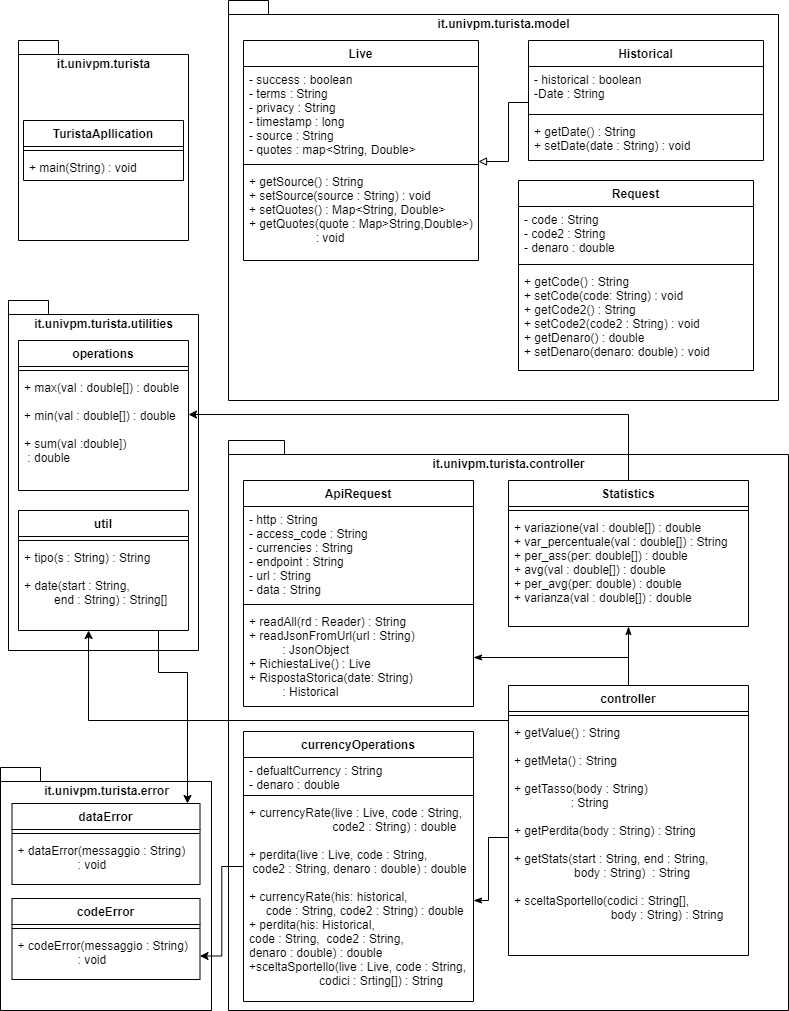
The draw.io diagram Uml-Turista/Class Diagramm-Turista.png in MichaelBagnarelli/Progetto-programmazione-ad-oggetti, before a commit. Source tidied: cells renumbered, new cells last; positions are measured from the earlier drawing's top-left corner, leaving out a move shared by most shapes.
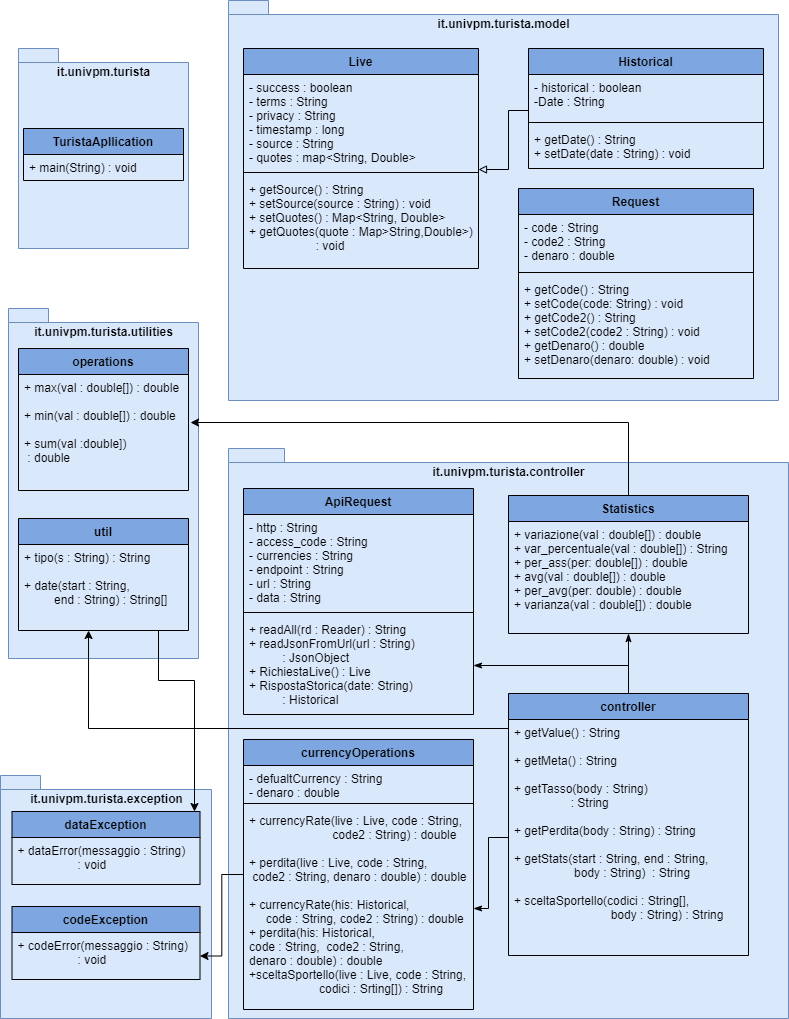
The same diagram one commit later.

The edit, as a diff of the source:
```diff
@@ -2,31 +2,28 @@
   <root>
     <mxCell id="0" />
     <mxCell id="1" parent="0" />
-    <mxCell id="2" value="it.univpm.turista.error" style="shape=folder;fontStyle=1;spacingTop=10;tabWidth=40;tabHeight=14;tabPosition=left;html=1;verticalAlign=top;" parent="1" vertex="1">
+    <mxCell id="2" value="it.univpm.turista.exception" style="shape=folder;fontStyle=1;spacingTop=10;tabWidth=40;tabHeight=14;tabPosition=left;html=1;verticalAlign=top;fillColor=#dae8fc;strokeColor=#6c8ebf;" parent="1" vertex="1">
       <mxGeometry y="767" width="211" height="243" as="geometry" />
     </mxCell>
-    <mxCell id="3" value="it.univpm.turista.utilities" style="shape=folder;fontStyle=1;spacingTop=10;tabWidth=40;tabHeight=14;tabPosition=left;html=1;verticalAlign=top;" parent="1" vertex="1">
+    <mxCell id="3" value="it.univpm.turista.utilities" style="shape=folder;fontStyle=1;spacingTop=10;tabWidth=40;tabHeight=14;tabPosition=left;html=1;verticalAlign=top;fillColor=#dae8fc;strokeColor=#6c8ebf;" parent="1" vertex="1">
       <mxGeometry x="8" y="300" width="190" height="350" as="geometry" />
     </mxCell>
-    <mxCell id="4" value="it.univpm.turista" style="shape=folder;fontStyle=1;spacingTop=10;tabWidth=40;tabHeight=14;tabPosition=left;html=1;verticalAlign=top;" parent="1" vertex="1">
+    <mxCell id="4" value="it.univpm.turista" style="shape=folder;fontStyle=1;spacingTop=10;tabWidth=40;tabHeight=14;tabPosition=left;html=1;verticalAlign=top;fillColor=#dae8fc;strokeColor=#6c8ebf;" parent="1" vertex="1">
       <mxGeometry x="18" y="40" width="170" height="200" as="geometry" />
     </mxCell>
-    <mxCell id="5" value="TuristaApllication" style="swimlane;fontStyle=1;align=center;verticalAlign=top;horizontal=1;startSize=26;" parent="1" vertex="1">
-      <mxGeometry x="23" y="120" width="160" height="60" as="geometry" />
+    <mxCell id="5" value="TuristaApllication" style="swimlane;fontStyle=1;align=center;verticalAlign=top;horizontal=1;startSize=26;fillColor=#7EA6E0;" parent="1" vertex="1">
+      <mxGeometry x="23" y="120" width="160" height="52" as="geometry" />
     </mxCell>
-    <mxCell id="6" style="line;strokeWidth=1;fillColor=none;align=left;verticalAlign=middle;spacingTop=-1;spacingLeft=3;spacingRight=3;labelPosition=right;" parent="5" vertex="1">
-      <mxGeometry y="26" width="160" height="8" as="geometry" />
-    </mxCell>
-    <mxCell id="7" value="+ main(String) : void" style="text;strokeColor=none;fillColor=none;align=left;verticalAlign=top;spacingLeft=4;spacingRight=4;overflow=hidden;" parent="5" vertex="1">
-      <mxGeometry y="34" width="160" height="26" as="geometry" />
+    <mxCell id="7" value="+ main(String) : void" style="text;align=left;verticalAlign=top;spacingLeft=4;spacingRight=4;overflow=hidden;" parent="5" vertex="1">
+      <mxGeometry y="26" width="160" height="26" as="geometry" />
     </mxCell>
-    <mxCell id="8" value="it.univpm.turista.model" style="shape=folder;fontStyle=1;spacingTop=10;tabWidth=40;tabHeight=14;tabPosition=left;html=1;verticalAlign=top;" parent="1" vertex="1">
-      <mxGeometry x="228" width="550" height="400" as="geometry" />
+    <mxCell id="8" value="it.univpm.turista.model" style="shape=folder;fontStyle=1;spacingTop=10;tabWidth=40;tabHeight=14;tabPosition=left;html=1;verticalAlign=top;fillColor=#dae8fc;strokeColor=#6c8ebf;" parent="1" vertex="1">
+      <mxGeometry x="228" y="-8" width="550" height="400" as="geometry" />
     </mxCell>
-    <mxCell id="9" value="Live" style="swimlane;fontStyle=1;align=center;verticalAlign=top;horizontal=1;startSize=26;" parent="1" vertex="1">
+    <mxCell id="9" value="Live" style="swimlane;fontStyle=1;align=center;verticalAlign=top;horizontal=1;startSize=26;fillColor=#7EA6E0;" parent="1" vertex="1">
       <mxGeometry x="243" y="40" width="235" height="220" as="geometry" />
     </mxCell>
-    <mxCell id="10" value="- success : boolean&#10;- terms : String&#10;- privacy : String&#10;- timestamp : long&#10;- source : String&#10;- quotes : map&lt;String, Double&gt;" style="text;strokeColor=none;fillColor=none;align=left;verticalAlign=top;spacingLeft=4;spacingRight=4;overflow=hidden;" parent="9" vertex="1">
+    <mxCell id="10" value="- success : boolean&#10;- terms : String&#10;- privacy : String&#10;- timestamp : long&#10;- source : String&#10;- quotes : map&lt;String, Double&gt;" style="text;strokeColor=none;align=left;verticalAlign=top;spacingLeft=4;spacingRight=4;overflow=hidden;" parent="9" vertex="1">
       <mxGeometry y="26" width="235" height="94" as="geometry" />
     </mxCell>
     <mxCell id="11" style="line;strokeWidth=1;fillColor=none;align=left;verticalAlign=middle;spacingTop=-1;spacingLeft=3;spacingRight=3;labelPosition=right;" parent="9" vertex="1">
@@ -44,7 +41,7 @@
         </Array>
       </mxGeometry>
     </mxCell>
-    <mxCell id="14" value="Historical" style="swimlane;fontStyle=1;align=center;verticalAlign=top;horizontal=1;startSize=26;" parent="1" vertex="1">
+    <mxCell id="14" value="Historical" style="swimlane;fontStyle=1;align=center;verticalAlign=top;horizontal=1;startSize=26;fillColor=#7EA6E0;" parent="1" vertex="1">
       <mxGeometry x="528" y="40" width="235" height="120" as="geometry" />
     </mxCell>
     <mxCell id="15" value="- historical : boolean&#10;-Date : String" style="text;strokeColor=none;fillColor=none;align=left;verticalAlign=top;spacingLeft=4;spacingRight=4;overflow=hidden;points=[[0,0.5],[1,0.5]];portConstraint=eastwest;" parent="14" vertex="1">
@@ -56,13 +53,13 @@
     <mxCell id="17" value="+ getDate() : String&#10;+ setDate(date : String) : void" style="text;strokeColor=none;fillColor=none;align=left;verticalAlign=top;spacingLeft=4;spacingRight=4;overflow=hidden;" parent="14" vertex="1">
       <mxGeometry y="78" width="235" height="42" as="geometry" />
     </mxCell>
-    <mxCell id="18" value="it.univpm.turista.controller" style="shape=folder;fontStyle=1;spacingTop=10;tabWidth=40;tabHeight=14;tabPosition=left;html=1;verticalAlign=top;" parent="1" vertex="1">
+    <mxCell id="18" value="it.univpm.turista.controller" style="shape=folder;fontStyle=1;spacingTop=10;tabWidth=40;tabHeight=14;tabPosition=left;html=1;verticalAlign=top;fillColor=#dae8fc;strokeColor=#6c8ebf;" parent="1" vertex="1">
       <mxGeometry x="228" y="440" width="560" height="570" as="geometry" />
     </mxCell>
     <mxCell id="19" style="edgeStyle=orthogonalEdgeStyle;rounded=0;jettySize=auto;html=1;entryX=1;entryY=0.5;entryDx=0;entryDy=0;" parent="1" edge="1" source="20" target="55">
       <mxGeometry relative="1" as="geometry" />
     </mxCell>
-    <mxCell id="20" value="currencyOperations" style="swimlane;fontStyle=1;align=center;verticalAlign=top;horizontal=1;startSize=26;" parent="1" vertex="1">
+    <mxCell id="20" value="currencyOperations" style="swimlane;fontStyle=1;align=center;verticalAlign=top;horizontal=1;startSize=26;fillColor=#7EA6E0;" parent="1" vertex="1">
       <mxGeometry x="243" y="731" width="230" height="270" as="geometry" />
     </mxCell>
     <mxCell id="21" value="- defualtCurrency : String&#10;- denaro : double" style="text;strokeColor=none;fillColor=none;align=left;verticalAlign=top;spacingLeft=4;spacingRight=4;overflow=hidden;" parent="20" vertex="1">
@@ -71,10 +68,10 @@
     <mxCell id="22" style="line;strokeWidth=1;fillColor=none;align=left;verticalAlign=middle;spacingTop=-1;spacingLeft=3;spacingRight=3;labelPosition=right;" parent="20" vertex="1">
       <mxGeometry y="60" width="230" height="8" as="geometry" />
     </mxCell>
-    <mxCell id="23" value="+ currencyRate(live : Live, code : String, &#10;                         code2 : String) : double&#10;&#10;+ perdita(live : Live, code : String,  &#10; code2 : String, denaro : double) : double&#10;&#10;+ currencyRate(his: historical, &#10;     code : String, code2 : String) : double&#10;+ perdita(his: Historical, &#10;code : String,  code2 : String, &#10;denaro : double) : double&#10;+sceltaSportello(live : Live, code : String, &#10;                     codici : Srting[]) : String&#10;" style="text;strokeColor=none;fillColor=none;align=left;verticalAlign=top;spacingLeft=4;spacingRight=4;overflow=hidden;points=[[0,0.5],[1,0.5]];portConstraint=eastwest;" parent="20" vertex="1">
+    <mxCell id="23" value="+ currencyRate(live : Live, code : String, &#10;                         code2 : String) : double&#10;&#10;+ perdita(live : Live, code : String,  &#10; code2 : String, denaro : double) : double&#10;&#10;+ currencyRate(his: Historical, &#10;     code : String, code2 : String) : double&#10;+ perdita(his: Historical, &#10;code : String,  code2 : String, &#10;denaro : double) : double&#10;+sceltaSportello(live : Live, code : String, &#10;                     codici : Srting[]) : String&#10;" style="text;strokeColor=none;fillColor=none;align=left;verticalAlign=top;spacingLeft=4;spacingRight=4;overflow=hidden;points=[[0,0.5],[1,0.5]];portConstraint=eastwest;" parent="20" vertex="1">
       <mxGeometry y="68" width="230" height="202" as="geometry" />
     </mxCell>
-    <mxCell id="24" value="ApiRequest" style="swimlane;fontStyle=1;align=center;verticalAlign=top;horizontal=1;startSize=26;" parent="1" vertex="1">
+    <mxCell id="24" value="ApiRequest" style="swimlane;fontStyle=1;align=center;verticalAlign=top;horizontal=1;startSize=26;fillColor=#7EA6E0;" parent="1" vertex="1">
       <mxGeometry x="243" y="480" width="230" height="226" as="geometry" />
     </mxCell>
     <mxCell id="25" value="- http : String&#10;- access_code : String&#10;- currencies : String&#10;- endpoint : String&#10;- url : String&#10;- data : String" style="text;strokeColor=none;fillColor=none;align=left;verticalAlign=top;spacingLeft=4;spacingRight=4;overflow=hidden;" parent="24" vertex="1">
@@ -86,30 +83,20 @@
     <mxCell id="27" value="+ readAll(rd : Reader) : String&#10;+ readJsonFromUrl(url : String) &#10;          : JsonObject&#10;+ RichiestaLive() : Live&#10;+ RispostaStorica(date: String)&#10;          : Historical" style="text;strokeColor=none;fillColor=none;align=left;verticalAlign=top;spacingLeft=4;spacingRight=4;overflow=hidden;points=[[0,0.5],[1,0.5]];portConstraint=eastwest;" parent="24" vertex="1">
       <mxGeometry y="128" width="230" height="98" as="geometry" />
     </mxCell>
-    <mxCell id="28" style="edgeStyle=orthogonalEdgeStyle;rounded=0;jettySize=auto;html=1;entryX=1;entryY=0.345;entryDx=0;entryDy=0;entryPerimeter=0;" parent="1" edge="1" source="29" target="34">
-      <mxGeometry relative="1" as="geometry">
-        <Array as="points">
-          <mxPoint x="628" y="414" />
-        </Array>
-      </mxGeometry>
+    <mxCell id="28" style="edgeStyle=orthogonalEdgeStyle;rounded=0;jettySize=auto;html=1;entryX=1.012;entryY=0.414;entryDx=0;entryDy=0;entryPerimeter=0;" parent="1" edge="1" source="29" target="34">
+      <mxGeometry relative="1" as="geometry" />
     </mxCell>
-    <mxCell id="29" value="Statistics" style="swimlane;fontStyle=1;align=center;verticalAlign=top;horizontal=1;startSize=26;" parent="1" vertex="1">
-      <mxGeometry x="508" y="480" width="240" height="146" as="geometry" />
+    <mxCell id="29" value="Statistics" style="swimlane;fontStyle=1;align=center;verticalAlign=top;horizontal=1;startSize=26;fillColor=#7EA6E0;" parent="1" vertex="1">
+      <mxGeometry x="508" y="487" width="240" height="138" as="geometry" />
     </mxCell>
-    <mxCell id="30" style="line;strokeWidth=1;fillColor=none;align=left;verticalAlign=middle;spacingTop=-1;spacingLeft=3;spacingRight=3;labelPosition=right;" parent="29" vertex="1">
-      <mxGeometry y="26" width="240" height="8" as="geometry" />
-    </mxCell>
     <mxCell id="31" value="+ variazione(val : double[]) : double&#10;+ var_percentuale(val : double[]) : String&#10;+ per_ass(per: double[]) : double&#10;+ avg(val : double[]) : double&#10;+ per_avg(per: double) : double&#10;+ varianza(val : double[]) : double" style="text;strokeColor=none;fillColor=none;align=left;verticalAlign=top;spacingLeft=4;spacingRight=4;overflow=hidden;points=[[0,0.5],[1,0.5]];portConstraint=eastwest;" parent="29" vertex="1">
-      <mxGeometry y="34" width="240" height="112" as="geometry" />
+      <mxGeometry y="26" width="240" height="112" as="geometry" />
     </mxCell>
-    <mxCell id="32" value="operations" style="swimlane;fontStyle=1;align=center;verticalAlign=top;horizontal=1;startSize=26;" parent="1" vertex="1">
-      <mxGeometry x="18" y="340" width="170" height="150" as="geometry" />
+    <mxCell id="32" value="operations" style="swimlane;fontStyle=1;align=center;verticalAlign=top;horizontal=1;startSize=26;fillColor=#7EA6E0;" parent="1" vertex="1">
+      <mxGeometry x="18" y="340" width="170" height="142" as="geometry" />
     </mxCell>
-    <mxCell id="33" style="line;strokeWidth=1;fillColor=none;align=left;verticalAlign=middle;spacingTop=-1;spacingLeft=3;spacingRight=3;labelPosition=right;" parent="32" vertex="1">
-      <mxGeometry y="26" width="170" height="8" as="geometry" />
-    </mxCell>
     <mxCell id="34" value="+ max(val : double[]) : double&#10;&#10;+ min(val : double[]) : double&#10;&#10;+ sum(val :double])&#10; : double&#10;" style="text;strokeColor=none;fillColor=none;align=left;verticalAlign=top;spacingLeft=4;spacingRight=4;overflow=hidden;points=[[0,0.5],[1,0.5]];portConstraint=eastwest;" parent="32" vertex="1">
-      <mxGeometry y="34" width="170" height="116" as="geometry" />
+      <mxGeometry y="26" width="170" height="116" as="geometry" />
     </mxCell>
     <mxCell id="35" style="edgeStyle=orthogonalEdgeStyle;rounded=0;jettySize=auto;html=1;endArrow=classicThin;endFill=1;" parent="1" edge="1" source="37" target="31">
       <mxGeometry relative="1" as="geometry">
@@ -122,19 +109,19 @@
     <mxCell id="36" style="edgeStyle=orthogonalEdgeStyle;rounded=0;jettySize=auto;html=1;exitX=0.5;exitY=0;exitDx=0;exitDy=0;entryX=1;entryY=0.5;entryDx=0;entryDy=0;endArrow=classicThin;endFill=1;" parent="1" edge="1" source="37" target="27">
       <mxGeometry relative="1" as="geometry" />
     </mxCell>
-    <mxCell id="37" value="controller" style="swimlane;fontStyle=1;align=center;verticalAlign=top;horizontal=1;startSize=26;" parent="1" vertex="1">
-      <mxGeometry x="508" y="685" width="240" height="270" as="geometry" />
+    <mxCell id="37" value="controller" style="swimlane;fontStyle=1;align=center;verticalAlign=top;horizontal=1;startSize=26;fillColor=#7EA6E0;" parent="1" vertex="1">
+      <mxGeometry x="508" y="685" width="240" height="262" as="geometry" />
     </mxCell>
     <mxCell id="38" style="line;strokeWidth=1;fillColor=none;align=left;verticalAlign=middle;spacingTop=-1;spacingLeft=3;spacingRight=3;labelPosition=right;" parent="37" vertex="1">
-      <mxGeometry y="26" width="240" height="8" as="geometry" />
+      <mxGeometry y="26" width="240" as="geometry" />
     </mxCell>
     <mxCell id="39" value="+ getValue() : String&#10;&#10;+ getMeta() : String&#10;&#10;+ getTasso(body : String) &#10;                 : String&#10;&#10;+ getPerdita(body : String) : String&#10;&#10;+ getStats(start : String, end : String,&#10;                  body : String)  : String&#10;&#10;+ sceltaSportello(codici : String[], &#10;                             body : String) : String &#10;                 " style="text;strokeColor=none;fillColor=none;align=left;verticalAlign=top;spacingLeft=4;spacingRight=4;overflow=hidden;points=[[0,0.5],[1,0.5]];portConstraint=eastwest;" parent="37" vertex="1">
-      <mxGeometry y="34" width="240" height="236" as="geometry" />
+      <mxGeometry y="26" width="240" height="236" as="geometry" />
     </mxCell>
     <mxCell id="40" style="edgeStyle=orthogonalEdgeStyle;rounded=0;jettySize=auto;html=1;exitX=0;exitY=0.5;exitDx=0;exitDy=0;endArrow=classicThin;endFill=1;" parent="1" edge="1" source="39" target="23">
       <mxGeometry relative="1" as="geometry" />
     </mxCell>
-    <mxCell id="41" value="Request" style="swimlane;fontStyle=1;align=center;verticalAlign=top;horizontal=1;startSize=26;" parent="1" vertex="1">
+    <mxCell id="41" value="Request" style="swimlane;fontStyle=1;align=center;verticalAlign=top;horizontal=1;startSize=26;fillColor=#7EA6E0;" parent="1" vertex="1">
       <mxGeometry x="518" y="180" width="235" height="190" as="geometry" />
     </mxCell>
     <mxCell id="42" value="- code : String&#10;- code2 : String&#10;- denaro : double" style="text;strokeColor=none;fillColor=none;align=left;verticalAlign=top;spacingLeft=4;spacingRight=4;overflow=hidden;" parent="41" vertex="1">
@@ -150,18 +137,15 @@
       <mxGeometry relative="1" as="geometry">
         <Array as="points">
           <mxPoint x="158" y="672" />
-          <mxPoint x="187" y="672" />
+          <mxPoint x="194" y="672" />
         </Array>
       </mxGeometry>
     </mxCell>
-    <mxCell id="46" value="util" style="swimlane;fontStyle=1;align=center;verticalAlign=top;horizontal=1;startSize=26;" parent="1" vertex="1">
-      <mxGeometry x="18" y="510" width="170" height="120" as="geometry" />
+    <mxCell id="46" value="util" style="swimlane;fontStyle=1;align=center;verticalAlign=top;horizontal=1;startSize=26;fillColor=#7EA6E0;" parent="1" vertex="1">
+      <mxGeometry x="18" y="510" width="170" height="112" as="geometry" />
     </mxCell>
-    <mxCell id="47" style="line;strokeWidth=1;fillColor=none;align=left;verticalAlign=middle;spacingTop=-1;spacingLeft=3;spacingRight=3;labelPosition=right;" parent="46" vertex="1">
-      <mxGeometry y="26" width="170" height="8" as="geometry" />
-    </mxCell>
     <mxCell id="48" value="+ tipo(s : String) : String&#10;&#10;+ date(start : String, &#10;         end : String) : String[]" style="text;strokeColor=none;fillColor=none;align=left;verticalAlign=top;spacingLeft=4;spacingRight=4;overflow=hidden;points=[[0,0.5],[1,0.5]];portConstraint=eastwest;" parent="46" vertex="1">
-      <mxGeometry y="34" width="170" height="86" as="geometry" />
+      <mxGeometry y="26" width="170" height="86" as="geometry" />
     </mxCell>
     <mxCell id="49" style="edgeStyle=orthogonalEdgeStyle;rounded=0;jettySize=auto;html=1;entryX=0.412;entryY=1;entryDx=0;entryDy=0;entryPerimeter=0;" parent="1" edge="1" source="39" target="48">
       <mxGeometry relative="1" as="geometry">
@@ -170,23 +154,17 @@
         </Array>
       </mxGeometry>
     </mxCell>
-    <mxCell id="50" value="dataError" style="swimlane;fontStyle=1;align=center;verticalAlign=top;horizontal=1;startSize=26;" parent="1" vertex="1">
-      <mxGeometry x="11.5" y="803" width="188" height="81" as="geometry" />
+    <mxCell id="50" value="dataException" style="swimlane;fontStyle=1;align=center;verticalAlign=top;horizontal=1;startSize=26;fillColor=#7EA6E0;" parent="1" vertex="1">
+      <mxGeometry x="11.5" y="803" width="188" height="73" as="geometry" />
     </mxCell>
-    <mxCell id="51" style="line;strokeWidth=1;fillColor=none;align=left;verticalAlign=middle;spacingTop=-1;spacingLeft=3;spacingRight=3;labelPosition=right;" parent="50" vertex="1">
-      <mxGeometry y="26" width="188" height="8" as="geometry" />
-    </mxCell>
     <mxCell id="52" value="+ dataError(messaggio : String)&#10;                  : void" style="text;strokeColor=none;fillColor=none;align=left;verticalAlign=top;spacingLeft=4;spacingRight=4;overflow=hidden;" parent="50" vertex="1">
-      <mxGeometry y="34" width="188" height="47" as="geometry" />
+      <mxGeometry y="26" width="188" height="47" as="geometry" />
     </mxCell>
-    <mxCell id="53" value="codeError" style="swimlane;fontStyle=1;align=center;verticalAlign=top;horizontal=1;startSize=26;" parent="1" vertex="1">
-      <mxGeometry x="11.5" y="898" width="188" height="81" as="geometry" />
+    <mxCell id="53" value="codeException" style="swimlane;fontStyle=1;align=center;verticalAlign=top;horizontal=1;startSize=26;fillColor=#7EA6E0;" parent="1" vertex="1">
+      <mxGeometry x="11.5" y="898" width="188" height="73" as="geometry" />
     </mxCell>
-    <mxCell id="54" style="line;strokeWidth=1;fillColor=none;align=left;verticalAlign=middle;spacingTop=-1;spacingLeft=3;spacingRight=3;labelPosition=right;" parent="53" vertex="1">
-      <mxGeometry y="26" width="188" height="8" as="geometry" />
-    </mxCell>
     <mxCell id="55" value="+ codeError(messaggio : String)&#10;                  : void" style="text;strokeColor=none;fillColor=none;align=left;verticalAlign=top;spacingLeft=4;spacingRight=4;overflow=hidden;points=[[0,0.5],[1,0.5]];portConstraint=eastwest;" parent="53" vertex="1">
-      <mxGeometry y="34" width="188" height="47" as="geometry" />
+      <mxGeometry y="26" width="188" height="47" as="geometry" />
     </mxCell>
   </root>
 </mxGraphModel>
```
